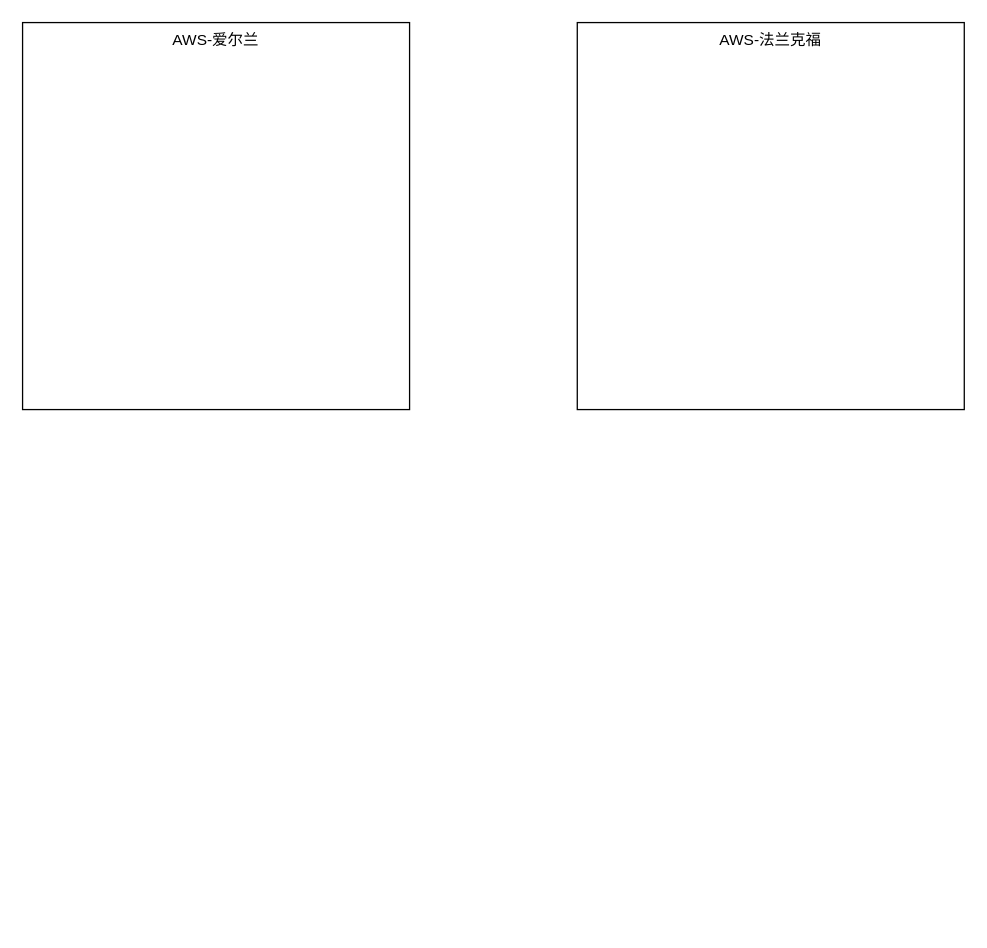
Above: AWS同构迁移方案.drawio in catface996/images (draw.io), before the change. Source tidied: cells renumbered, new cells numbered last; positions are measured from the earlier drawing's top-left corner, leaving out a move shared by most shapes. Both pictures are drawn from the tidied source at 129%, with x=0, y=0 at pixel (22, 22).
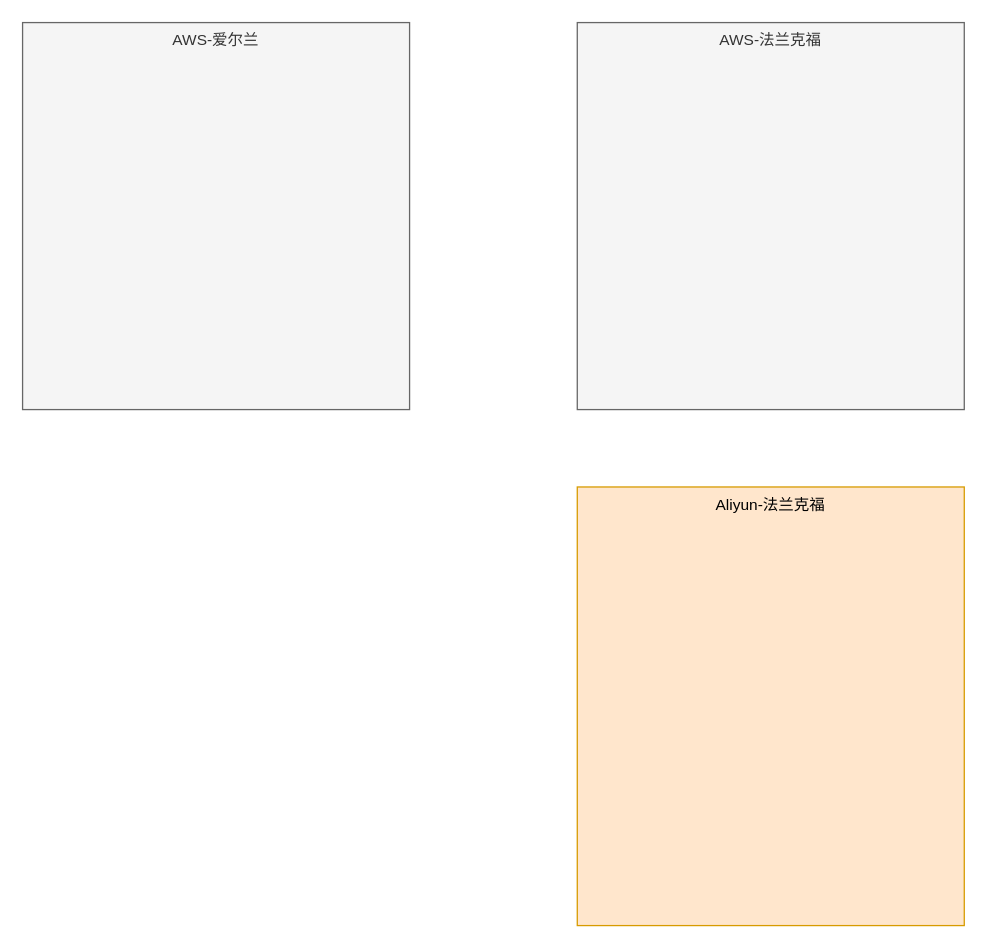
After the change.

Commit message (it also covers changes not shown here):
更新AWS同构迁移方案.drawio

The edit, as a diff of the source:
```diff
@@
 <mxGraphModel>
   <root>
     <mxCell id="0" />
     <mxCell id="1" parent="0" />
-    <mxCell id="2" value="AWS-爱尔兰" style="rounded=0;whiteSpace=wrap;html=1;verticalAlign=top;" parent="1" vertex="1">
+    <mxCell id="2" value="AWS-爱尔兰" style="rounded=0;whiteSpace=wrap;html=1;verticalAlign=top;fillColor=#f5f5f5;fontColor=#333333;strokeColor=#666666;" parent="1" vertex="1">
       <mxGeometry width="300" height="300" as="geometry" />
     </mxCell>
-    <mxCell id="3" value="AWS-法兰克福" style="rounded=0;whiteSpace=wrap;html=1;verticalAlign=top;" parent="1" vertex="1">
+    <mxCell id="3" value="AWS-法兰克福" style="rounded=0;whiteSpace=wrap;html=1;verticalAlign=top;fillColor=#f5f5f5;fontColor=#333333;strokeColor=#666666;" parent="1" vertex="1">
       <mxGeometry x="430" width="300" height="300" as="geometry" />
     </mxCell>
+    <mxCell id="4" value="Aliyun-法兰克福" style="rounded=0;whiteSpace=wrap;html=1;verticalAlign=top;fillColor=#ffe6cc;strokeColor=#d79b00;" parent="1" vertex="1">
+      <mxGeometry x="430" y="360" width="300" height="340" as="geometry" />
+    </mxCell>
   </root>
 </mxGraphModel>
```
